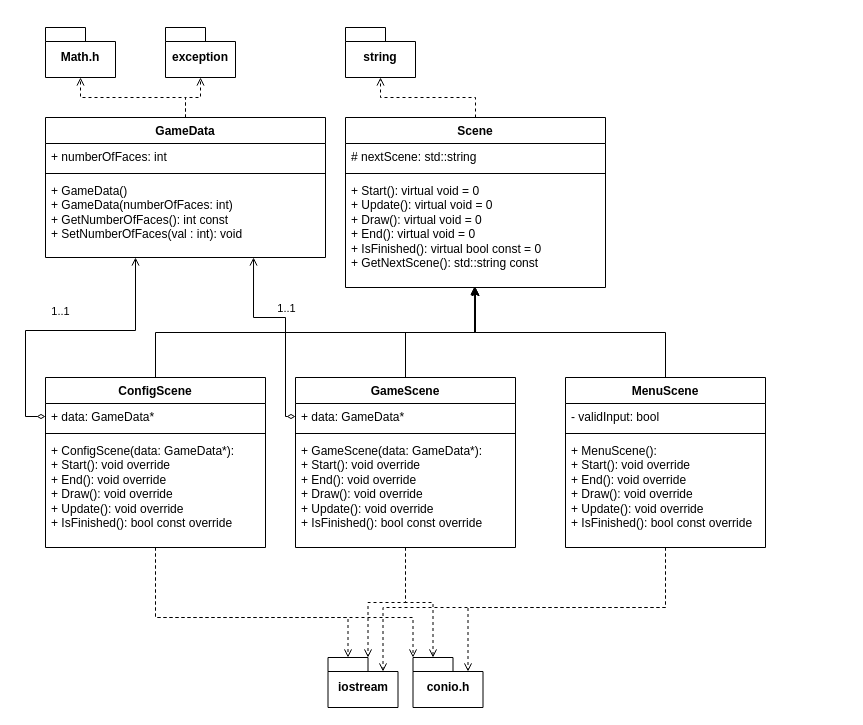
Above: TestSceneDiagram/TestSceneDiagram/UML.drawio in trlla2/Engerieria_classe_projectes (draw.io), before the change. Source tidied: cells renumbered, new cells numbered last; positions are measured from the earlier drawing's top-left corner, leaving out a move shared by most shapes. Both pictures are drawn from the tidied source at 100%, with x=0, y=0 at pixel (25, 27).
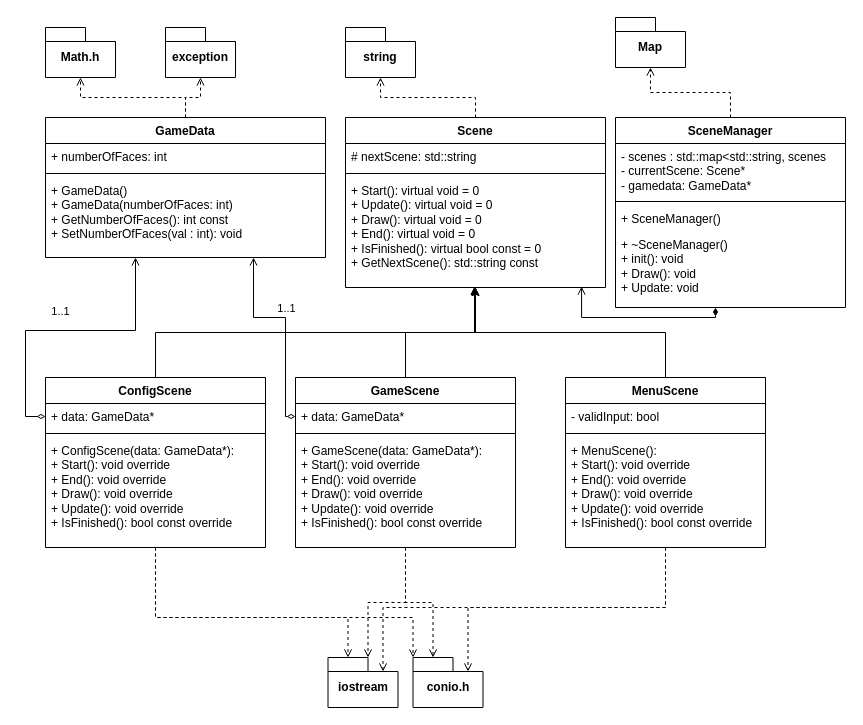
Above is the later version.

Commit message (it also covers changes not shown here):
Add SceneManager class and refactor main loop

The change refers to these unchanged cells:
```xml
<mxCell id="11" value="&lt;div&gt;+ Start(): virtual void = 0&lt;/div&gt;&lt;div&gt;+ Update(): virtual void = 0&lt;/div&gt;&lt;div&gt;+ Draw(): virtual void = 0&lt;/div&gt;&lt;div&gt;+ End(): virtual void = 0&lt;/div&gt;&lt;div&gt;+ IsFinished(): virtual bool const = 0&lt;/div&gt;&lt;div&gt;+ GetNextScene(): std::string const&lt;/div&gt;" style="text;strokeColor=none;fillColor=none;align=left;verticalAlign=top;spacingLeft=4;spacingRight=4;overflow=hidden;points=[[0,0.5],[1,0.5]];portConstraint=eastwest;whiteSpace=wrap;html=1;" parent="8" vertex="1">
  <mxGeometry y="60" width="260" height="110" as="geometry" />
</mxCell>
```

Diff of the diagram source:
```diff
@@
+    <mxCell id="43" value="SceneManager" style="swimlane;fontStyle=1;align=center;verticalAlign=top;horizontal=1;startSize=26;whiteSpace=wrap;html=1;" parent="1" vertex="1">
+      <mxGeometry x="590" y="90" width="230" height="190" as="geometry" />
+    </mxCell>
+    <mxCell id="44" value="&lt;div&gt;- scenes : std::map&amp;lt;std::string, scenes&lt;/div&gt;&lt;div&gt;- currentScene: Scene*&lt;/div&gt;&lt;div&gt;- gamedata: GameData*&lt;/div&gt;" style="text;strokeColor=none;fillColor=none;align=left;verticalAlign=top;spacingLeft=4;spacingRight=4;overflow=hidden;whiteSpace=wrap;html=1;" parent="43" vertex="1">
+      <mxGeometry y="26" width="230" height="54" as="geometry" />
+    </mxCell>
+    <mxCell id="45" style="line;strokeWidth=1;fillColor=none;align=left;verticalAlign=middle;spacingTop=-1;spacingLeft=3;spacingRight=3;labelPosition=right;strokeColor=inherit;" parent="43" vertex="1">
+      <mxGeometry y="80" width="230" height="8" as="geometry" />
+    </mxCell>
+    <mxCell id="46" value="+ SceneManager()" style="text;strokeColor=none;fillColor=none;align=left;verticalAlign=top;spacingLeft=4;spacingRight=4;overflow=hidden;whiteSpace=wrap;html=1;" parent="43" vertex="1">
+      <mxGeometry y="88" width="230" height="26" as="geometry" />
+    </mxCell>
+    <mxCell id="47" value="&lt;div&gt;+ ~SceneManager()&amp;nbsp;&lt;/div&gt;&lt;div&gt;+ init(): void&lt;/div&gt;&lt;div&gt;+ Draw(): void&lt;/div&gt;&lt;div&gt;+ Update: void&lt;/div&gt;" style="text;strokeColor=none;fillColor=none;align=left;verticalAlign=top;spacingLeft=4;spacingRight=4;overflow=hidden;whiteSpace=wrap;html=1;" parent="43" vertex="1">
+      <mxGeometry y="114" width="230" height="76" as="geometry" />
+    </mxCell>
+    <mxCell id="48" style="edgeStyle=orthogonalEdgeStyle;rounded=0;jettySize=auto;html=1;entryX=0.908;entryY=0.991;entryDx=0;entryDy=0;entryPerimeter=0;endArrow=open;endFill=0;startArrow=diamondThin;startFill=1;" parent="1" edge="1" source="43" target="11">
+      <mxGeometry relative="1" as="geometry">
+        <Array as="points">
+          <mxPoint x="690" y="290" />
+          <mxPoint x="556" y="290" />
+        </Array>
+      </mxGeometry>
+    </mxCell>
+    <mxCell id="49" value="&lt;div&gt;Map&lt;/div&gt;" style="shape=folder;fontStyle=1;spacingTop=10;tabWidth=40;tabHeight=14;tabPosition=left;html=1;whiteSpace=wrap;" parent="1" vertex="1">
+      <mxGeometry x="590" y="-10" width="70" height="50" as="geometry" />
+    </mxCell>
+    <mxCell id="50" style="edgeStyle=orthogonalEdgeStyle;rounded=0;jettySize=auto;html=1;entryX=0.5;entryY=1;entryDx=0;entryDy=0;entryPerimeter=0;endArrow=open;endFill=0;dashed=1;" parent="1" edge="1" source="43" target="49">
+      <mxGeometry relative="1" as="geometry" />
+    </mxCell>
```
